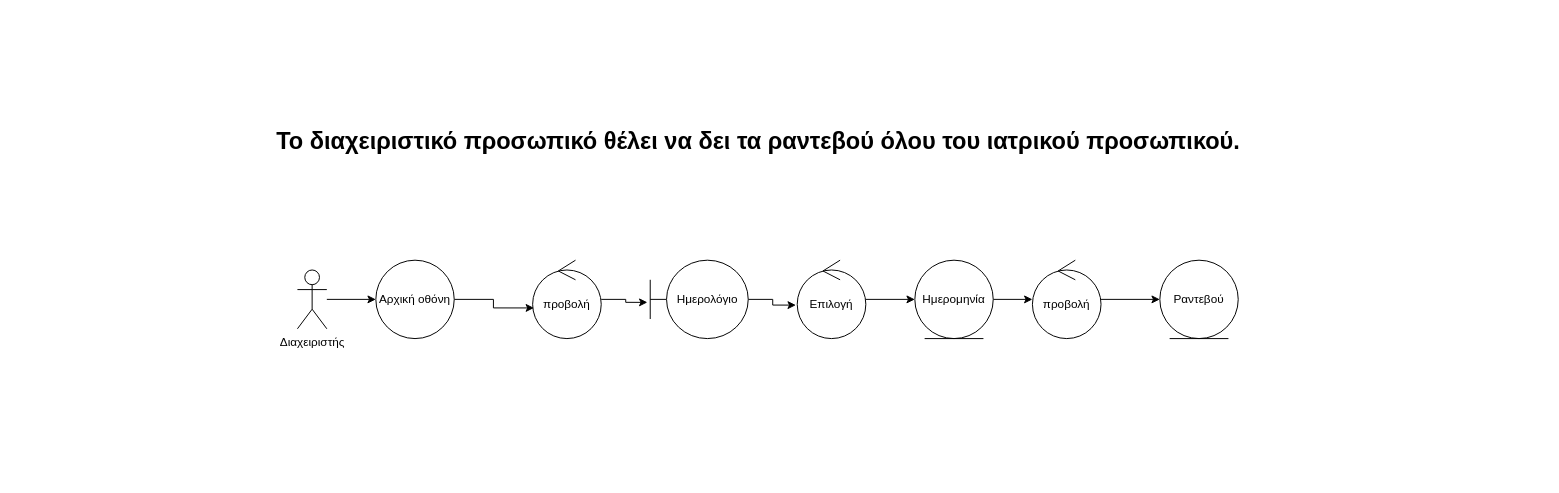
This is 3η Παραδοση/spyros_robustness/r_provoli_rantevou.drawio from PMamasoulas/SoftwareEngineeringProject, a draw.io file, before an edit. Source tidied: cells renumbered, new cells numbered last; positions are measured from the earlier drawing's top-left corner, leaving out a move shared by most shapes. Both pictures are drawn from the tidied source at 98%, with x=0, y=0 at pixel (18, 122).
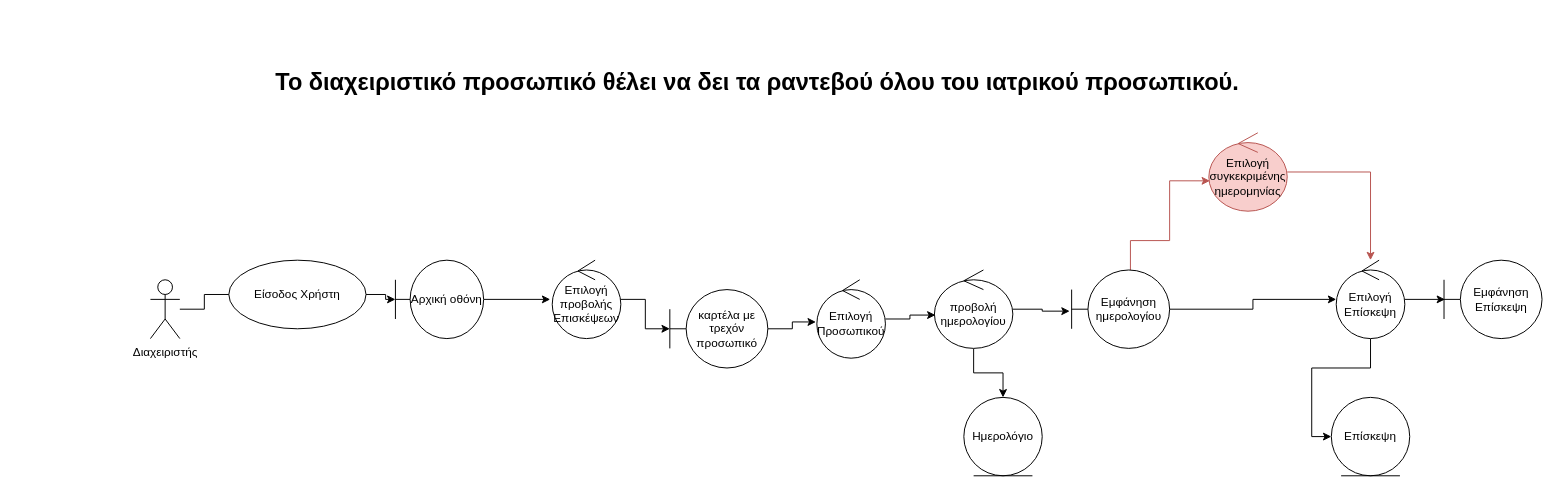
The same page after the edit.

What changed in the source:
```diff
@@
     <mxCell id="2" value="&lt;font style=&quot;font-size: 24px&quot;&gt;&lt;br&gt;&lt;/font&gt;&lt;pre class=&quot;western&quot; lang=&quot;el-GR&quot;&gt;&lt;font style=&quot;font-size: 24px&quot; face=&quot;Bahnschrift, sans-serif&quot;&gt;&lt;b&gt;Το διαχειριστικό προσωπικό θέλει να δει τα ραντεβού όλου του ιατρικού προσωπικού.&lt;/b&gt;&lt;/font&gt;&lt;/pre&gt;&lt;font style=&quot;font-size: 24px&quot;&gt;&lt;br&gt;&lt;/font&gt;" style="text;strokeColor=none;fillColor=none;html=1;fontSize=24;fontStyle=1;verticalAlign=middle;align=center;" parent="1" vertex="1">
-      <mxGeometry width="1510" height="40" as="geometry" />
+      <mxGeometry x="-1" y="-60" width="1510" height="40" as="geometry" />
     </mxCell>
-    <mxCell id="3" style="edgeStyle=orthogonalEdgeStyle;rounded=0;jettySize=auto;html=1;entryX=0;entryY=0.5;entryDx=0;entryDy=0;" parent="1" edge="1" source="4" target="6">
+    <mxCell id="3" style="edgeStyle=orthogonalEdgeStyle;rounded=0;jettySize=auto;html=1;entryX=0;entryY=0.5;entryDx=0;entryDy=0;startArrow=none;" parent="1" edge="1" source="22" target="6">
       <mxGeometry relative="1" as="geometry" />
     </mxCell>
     <mxCell id="4" value="Διαχειριστής" style="shape=umlActor;verticalLabelPosition=bottom;verticalAlign=top;html=1;outlineConnect=0;" parent="1" vertex="1">
-      <mxGeometry x="285" y="150" width="30" height="60" as="geometry" />
+      <mxGeometry x="135" y="160" width="30" height="60" as="geometry" />
     </mxCell>
-    <mxCell id="5" style="edgeStyle=orthogonalEdgeStyle;rounded=0;jettySize=auto;html=1;entryX=0.02;entryY=0.609;entryDx=0;entryDy=0;entryPerimeter=0;" parent="1" edge="1" source="6" target="8">
-      <mxGeometry relative="1" as="geometry" />
-    </mxCell>
+    <mxCell id="18" style="edgeStyle=orthogonalEdgeStyle;rounded=0;jettySize=auto;html=1;entryX=-0.029;entryY=0.5;entryDx=0;entryDy=0;entryPerimeter=0;" parent="1" edge="1" source="6" target="25">
+      <mxGeometry relative="1" as="geometry" />
+    </mxCell>
-    <mxCell id="6" value="Αρχική οθόνη" style="ellipse;whiteSpace=wrap;html=1;" parent="1" vertex="1">
-      <mxGeometry x="365" y="140" width="80" height="80" as="geometry" />
+    <mxCell id="6" value="Αρχική οθόνη" style="shape=umlBoundary;whiteSpace=wrap;html=1;fontFamily=Helvetica;fontSize=12;fontColor=#000000;align=center;strokeColor=#000000;fillColor=#ffffff;" parent="1" vertex="1">
+      <mxGeometry x="385" y="140" width="90" height="80" as="geometry" />
     </mxCell>
-    <mxCell id="7" style="edgeStyle=orthogonalEdgeStyle;rounded=0;jettySize=auto;html=1;entryX=-0.029;entryY=0.538;entryDx=0;entryDy=0;entryPerimeter=0;" parent="1" edge="1" source="8" target="10">
+    <mxCell id="7" style="edgeStyle=orthogonalEdgeStyle;rounded=0;jettySize=auto;html=1;entryX=0.5;entryY=0;entryDx=0;entryDy=0;" parent="1" edge="1" source="8" target="10">
       <mxGeometry relative="1" as="geometry" />
     </mxCell>
+    <mxCell id="19" style="edgeStyle=orthogonalEdgeStyle;rounded=0;jettySize=auto;html=1;entryX=-0.02;entryY=0.525;entryDx=0;entryDy=0;entryPerimeter=0;" parent="1" edge="1" source="8" target="32">
+      <mxGeometry relative="1" as="geometry" />
+    </mxCell>
-    <mxCell id="8" value="προβολή " style="ellipse;shape=umlControl;whiteSpace=wrap;html=1;" parent="1" vertex="1">
-      <mxGeometry x="525" y="140" width="70" height="80" as="geometry" />
+    <mxCell id="8" value="προβολή ημερολογίου" style="ellipse;shape=umlControl;whiteSpace=wrap;html=1;" parent="1" vertex="1">
+      <mxGeometry x="935" y="150" width="80" height="80" as="geometry" />
     </mxCell>
-    <mxCell id="9" style="edgeStyle=orthogonalEdgeStyle;rounded=0;jettySize=auto;html=1;entryX=-0.02;entryY=0.573;entryDx=0;entryDy=0;entryPerimeter=0;" parent="1" edge="1" source="10" target="12">
-      <mxGeometry relative="1" as="geometry" />
-    </mxCell>
-    <mxCell id="10" value="Ημερολόγιο" style="shape=umlBoundary;whiteSpace=wrap;html=1;" parent="1" vertex="1">
-      <mxGeometry x="645" y="140" width="100" height="80" as="geometry" />
-    </mxCell>
-    <mxCell id="11" style="edgeStyle=orthogonalEdgeStyle;rounded=0;jettySize=auto;html=1;entryX=0;entryY=0.5;entryDx=0;entryDy=0;" parent="1" edge="1" source="12" target="14">
-      <mxGeometry relative="1" as="geometry" />
-    </mxCell>
+    <mxCell id="20" style="edgeStyle=orthogonalEdgeStyle;rounded=0;jettySize=auto;html=1;fillColor=#f8cecc;strokeColor=#b85450;" parent="1" edge="1" source="12" target="16">
+      <mxGeometry relative="1" as="geometry" />
+    </mxCell>
-    <mxCell id="12" value="Επιλογή" style="ellipse;shape=umlControl;whiteSpace=wrap;html=1;" parent="1" vertex="1">
-      <mxGeometry x="795" y="140" width="70" height="80" as="geometry" />
+    <mxCell id="12" value="Επιλογή συγκεκριμένης ημερομηνίας" style="ellipse;shape=umlControl;whiteSpace=wrap;html=1;fillColor=#f8cecc;strokeColor=#b85450;" parent="1" vertex="1">
+      <mxGeometry x="1215" y="10" width="80" height="80" as="geometry" />
     </mxCell>
-    <mxCell id="13" style="edgeStyle=orthogonalEdgeStyle;rounded=0;jettySize=auto;html=1;" parent="1" edge="1" source="14" target="16">
-      <mxGeometry relative="1" as="geometry" />
-    </mxCell>
-    <mxCell id="14" value="Ημερομηνία" style="ellipse;shape=umlEntity;whiteSpace=wrap;html=1;" parent="1" vertex="1">
-      <mxGeometry x="915" y="140" width="80" height="80" as="geometry" />
-    </mxCell>
@@
+    <mxCell id="21" style="edgeStyle=orthogonalEdgeStyle;rounded=0;jettySize=auto;html=1;entryX=0.01;entryY=0.5;entryDx=0;entryDy=0;entryPerimeter=0;" parent="1" edge="1" source="16" target="33">
+      <mxGeometry relative="1" as="geometry" />
+    </mxCell>
-    <mxCell id="16" value="προβολή " style="ellipse;shape=umlControl;whiteSpace=wrap;html=1;" parent="1" vertex="1">
-      <mxGeometry x="1035" y="140" width="70" height="80" as="geometry" />
+    <mxCell id="16" value="Επιλογή Επίσκεψη" style="ellipse;shape=umlControl;whiteSpace=wrap;html=1;" parent="1" vertex="1">
+      <mxGeometry x="1345" y="140" width="70" height="80" as="geometry" />
     </mxCell>
-    <mxCell id="17" value="Ραντεβού" style="ellipse;shape=umlEntity;whiteSpace=wrap;html=1;" parent="1" vertex="1">
-      <mxGeometry x="1165" y="140" width="80" height="80" as="geometry" />
+    <mxCell id="17" value="Επίσκεψη" style="ellipse;shape=umlEntity;whiteSpace=wrap;html=1;" parent="1" vertex="1">
+      <mxGeometry x="1340" y="280" width="80" height="80" as="geometry" />
     </mxCell>
+    <mxCell id="22" value="Είσοδος Χρήστη" style="ellipse;whiteSpace=wrap;html=1;" parent="1" vertex="1">
+      <mxGeometry x="215" y="140" width="140" height="70" as="geometry" />
+    </mxCell>
+    <mxCell id="23" style="edgeStyle=orthogonalEdgeStyle;rounded=0;jettySize=auto;html=1;entryX=0;entryY=0.5;entryDx=0;entryDy=0;endArrow=none;" parent="1" edge="1" source="4" target="22">
+      <mxGeometry relative="1" as="geometry" />
+    </mxCell>
+    <mxCell id="24" style="edgeStyle=orthogonalEdgeStyle;rounded=0;jettySize=auto;html=1;" parent="1" edge="1" source="25" target="27">
+      <mxGeometry relative="1" as="geometry" />
+    </mxCell>
+    <mxCell id="25" value="Επιλογή προβολής Επισκέψεων" style="ellipse;shape=umlControl;whiteSpace=wrap;html=1;" parent="1" vertex="1">
+      <mxGeometry x="545" y="140" width="70" height="80" as="geometry" />
+    </mxCell>
+    <mxCell id="26" style="edgeStyle=orthogonalEdgeStyle;rounded=0;jettySize=auto;html=1;entryX=-0.014;entryY=0.538;entryDx=0;entryDy=0;entryPerimeter=0;" parent="1" edge="1" source="27" target="29">
+      <mxGeometry relative="1" as="geometry" />
+    </mxCell>
+    <mxCell id="27" value="καρτέλα με τρεχόν προσωπικό" style="shape=umlBoundary;whiteSpace=wrap;html=1;" parent="1" vertex="1">
+      <mxGeometry x="665" y="170" width="100" height="80" as="geometry" />
+    </mxCell>
+    <mxCell id="28" style="edgeStyle=orthogonalEdgeStyle;rounded=0;jettySize=auto;html=1;entryX=0.013;entryY=0.575;entryDx=0;entryDy=0;entryPerimeter=0;" parent="1" edge="1" source="29" target="8">
+      <mxGeometry relative="1" as="geometry" />
+    </mxCell>
+    <mxCell id="29" value="Επιλογή Προσωπικού" style="ellipse;shape=umlControl;whiteSpace=wrap;html=1;" parent="1" vertex="1">
+      <mxGeometry x="815" y="160" width="70" height="80" as="geometry" />
+    </mxCell>
+    <mxCell id="10" value="Ημερολόγιο" style="ellipse;shape=umlEntity;whiteSpace=wrap;html=1;fontFamily=Helvetica;fontSize=12;fontColor=#000000;align=center;strokeColor=#000000;fillColor=#ffffff;" parent="1" vertex="1">
+      <mxGeometry x="965" y="280" width="80" height="80" as="geometry" />
+    </mxCell>
+    <mxCell id="30" style="edgeStyle=orthogonalEdgeStyle;rounded=0;jettySize=auto;html=1;entryX=0.014;entryY=0.613;entryDx=0;entryDy=0;entryPerimeter=0;fillColor=#f8cecc;strokeColor=#b85450;" parent="1" edge="1" source="32" target="12">
+      <mxGeometry relative="1" as="geometry">
+        <Array as="points">
+          <mxPoint x="1135" y="120" />
+          <mxPoint x="1175" y="120" />
+          <mxPoint x="1175" y="59" />
+        </Array>
+      </mxGeometry>
+    </mxCell>
+    <mxCell id="31" style="edgeStyle=orthogonalEdgeStyle;rounded=0;jettySize=auto;html=1;" parent="1" edge="1" source="32" target="16">
+      <mxGeometry relative="1" as="geometry" />
+    </mxCell>
+    <mxCell id="32" value="Εμφάνηση ημερολογίου" style="shape=umlBoundary;whiteSpace=wrap;html=1;" parent="1" vertex="1">
+      <mxGeometry x="1075" y="150" width="100" height="80" as="geometry" />
+    </mxCell>
+    <mxCell id="33" value="Εμφάνηση Επίσκεψη" style="shape=umlBoundary;whiteSpace=wrap;html=1;" parent="1" vertex="1">
+      <mxGeometry x="1455" y="140" width="100" height="80" as="geometry" />
+    </mxCell>
```
